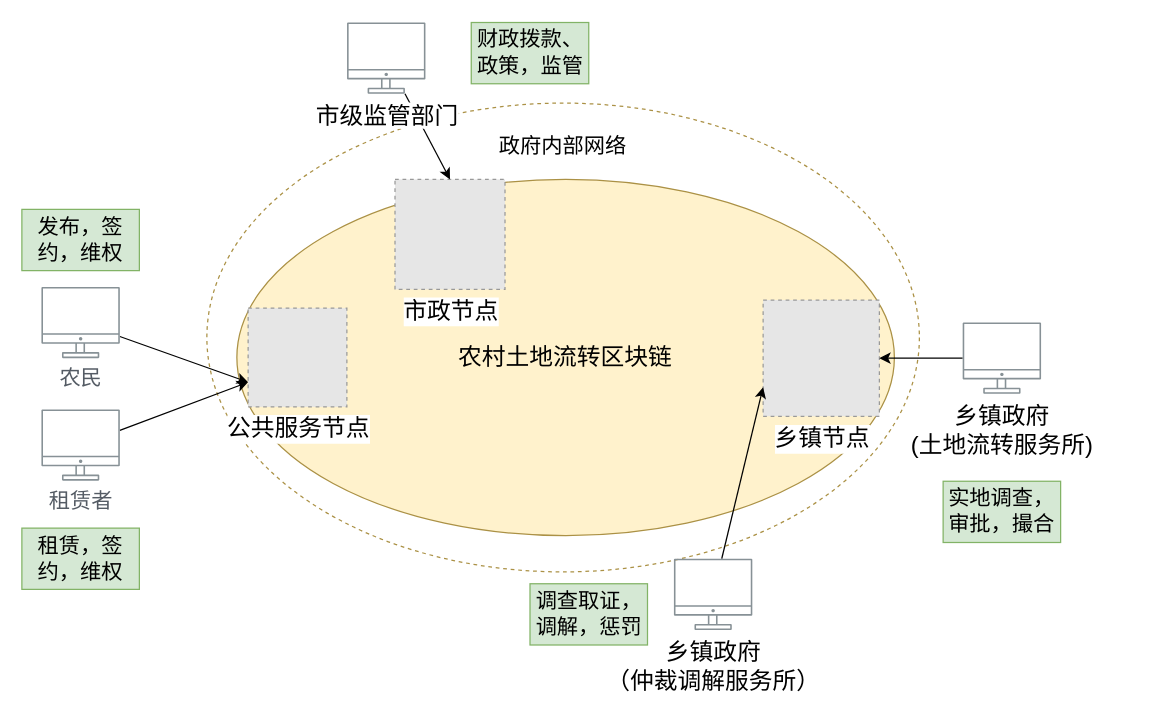
Before: repository/drawio/农村土地流转.drawio in dilide/collections, a draw.io diagram. Source tidied: cells renumbered, new cells numbered last; positions are measured from the earlier drawing's top-left corner, leaving out a move shared by most shapes. Both pictures are drawn from the tidied source at 125%, with x=0, y=0 at pixel (21, 21). Pictures stored in the file or linked from it are replaced by grey dashed boxes.
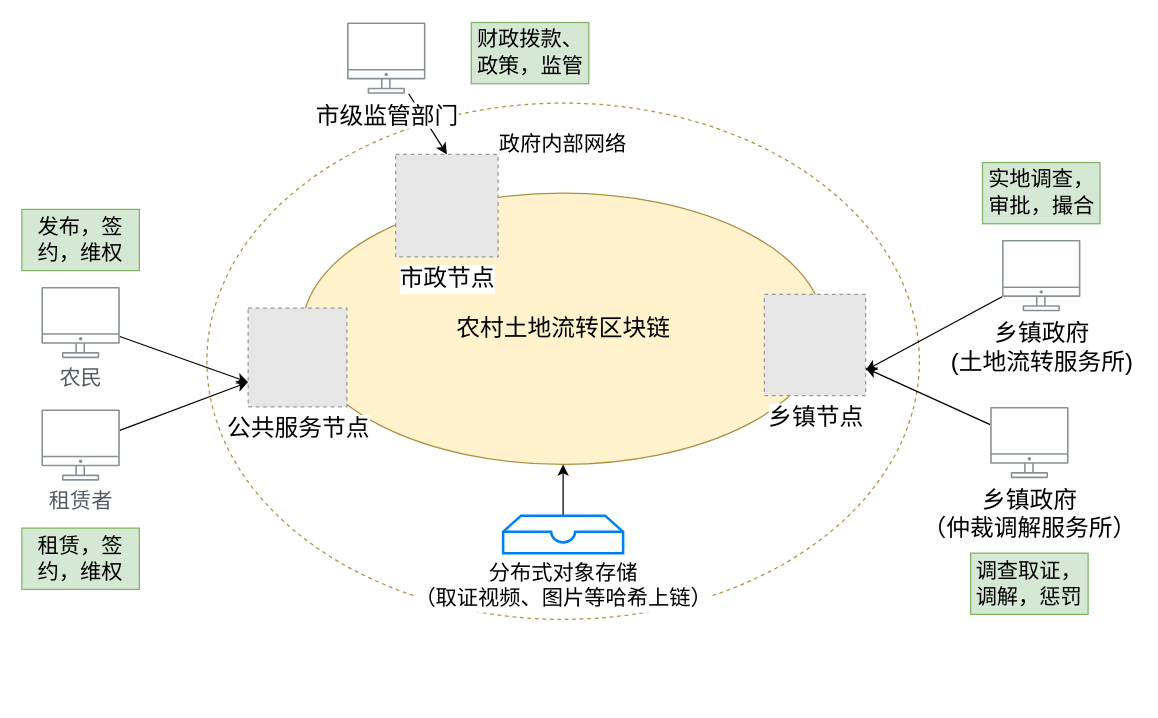
Above is the later version.

Commit message:
更新农村土地流转.drawio

Diff of the diagram source:
```diff
@@
-    <mxCell id="2" value="政府内部网络&lt;br&gt;&lt;br&gt;&lt;br&gt;&lt;br&gt;&lt;br&gt;&lt;br&gt;&lt;br&gt;&lt;br&gt;&lt;br&gt;&lt;br&gt;&lt;br&gt;&lt;br&gt;&lt;br&gt;&lt;br&gt;&lt;br&gt;&lt;br&gt;" style="ellipse;whiteSpace=wrap;html=1;strokeColor=#AB9145;fontSize=17;dashed=1;" parent="1" vertex="1">
-      <mxGeometry x="148" y="65" width="570" height="375" as="geometry" />
+    <mxCell id="2" value="政府内部网络&lt;br&gt;&lt;br&gt;&lt;br&gt;&lt;br&gt;&lt;br&gt;&lt;br&gt;&lt;br&gt;&lt;br&gt;&lt;br&gt;&lt;br&gt;&lt;br&gt;&lt;br&gt;&lt;br&gt;&lt;br&gt;&lt;br&gt;&lt;br&gt;&lt;br&gt;&lt;br&gt;" style="ellipse;whiteSpace=wrap;html=1;strokeColor=#AB9145;fontSize=17;dashed=1;" parent="1" vertex="1">
+      <mxGeometry x="148" y="65" width="570" height="413" as="geometry" />
     </mxCell>
     <mxCell id="3" value="农村土地流转区块链" style="ellipse;whiteSpace=wrap;html=1;fillColor=#fff2cc;strokeColor=#AB9145;fontSize=19;" parent="1" vertex="1">
-      <mxGeometry x="172" y="126" width="526" height="285" as="geometry" />
+      <mxGeometry x="224.5" y="137" width="417" height="217" as="geometry" />
     </mxCell>
@@
     <mxCell id="5" value="市政节点" style="fillColor=#E6E6E6;strokeColor=#999999;dashed=1;html=1;verticalAlign=top;verticalLabelPosition=bottom;labelBackgroundColor=#ffffff;fontSize=19;" parent="1" vertex="1">
-      <mxGeometry x="298.5" y="126" width="88" height="88" as="geometry" />
+      <mxGeometry x="299" y="106" width="82" height="82" as="geometry" />
     </mxCell>
     <mxCell id="6" value="乡镇节点" style="fillColor=#E6E6E6;strokeColor=#999999;dashed=1;html=1;verticalAlign=top;verticalLabelPosition=bottom;labelBackgroundColor=#ffffff;fontSize=19;" parent="1" vertex="1">
-      <mxGeometry x="593" y="222.5" width="93" height="93" as="geometry" />
+      <mxGeometry x="594" y="218" width="81" height="81" as="geometry" />
     </mxCell>
@@
     <mxCell id="13" value="实地调查，审批，撮合" style="text;html=1;strokeColor=#82b366;fillColor=#d5e8d4;align=center;verticalAlign=middle;whiteSpace=wrap;rounded=0;fontSize=17;" parent="1" vertex="1">
-      <mxGeometry x="737" y="367.5" width="94" height="49" as="geometry" />
+      <mxGeometry x="768.5" y="112.5" width="94" height="49" as="geometry" />
     </mxCell>
@@
     <mxCell id="15" value="调查取证，调解，惩罚" style="text;html=1;strokeColor=#82b366;fillColor=#d5e8d4;align=center;verticalAlign=middle;whiteSpace=wrap;rounded=0;fontSize=17;" parent="1" vertex="1">
-      <mxGeometry x="406.5" y="449.5" width="94" height="49" as="geometry" />
+      <mxGeometry x="759" y="425" width="94" height="49" as="geometry" />
     </mxCell>
-    <mxCell id="16" style="edgeStyle=none;rounded=0;jettySize=auto;html=1;fontSize=17;entryX=0;entryY=0.75;entryDx=0;entryDy=0;" parent="1" edge="1" source="17" target="6">
+    <mxCell id="16" style="edgeStyle=none;rounded=0;jettySize=auto;html=1;fontSize=17;" parent="1" edge="1" source="17" target="6">
       <mxGeometry relative="1" as="geometry" />
     </mxCell>
     <mxCell id="17" value="&lt;span style=&quot;color: rgb(0 , 0 , 0) ; font-size: 19px ; background-color: rgb(255 , 255 , 255)&quot;&gt;乡镇政府&lt;/span&gt;&lt;br style=&quot;color: rgb(0 , 0 , 0) ; font-size: 19px&quot;&gt;&lt;span style=&quot;color: rgb(0 , 0 , 0) ; font-size: 19px ; background-color: rgb(255 , 255 , 255)&quot;&gt;（仲裁调解服务所）&lt;/span&gt;" style="outlineConnect=0;gradientColor=none;fontColor=#545B64;strokeColor=none;fillColor=#879196;dashed=0;verticalLabelPosition=bottom;verticalAlign=top;align=center;html=1;fontSize=17;fontStyle=0;shape=mxgraph.aws4.illustration_desktop;" parent="1" vertex="1">
-      <mxGeometry x="521.5" y="429.5" width="63" height="57" as="geometry" />
+      <mxGeometry x="774.5" y="308" width="63" height="57" as="geometry" />
     </mxCell>
-    <mxCell id="18" style="edgeStyle=none;rounded=0;jettySize=auto;html=1;fontSize=17;" parent="1" edge="1" source="19" target="6">
+    <mxCell id="18" style="edgeStyle=none;rounded=0;jettySize=auto;html=1;fontSize=17;entryX=1;entryY=0.75;entryDx=0;entryDy=0;" parent="1" edge="1" source="19" target="6">
       <mxGeometry relative="1" as="geometry" />
     </mxCell>
     <mxCell id="19" value="&lt;span style=&quot;color: rgb(0 , 0 , 0) ; font-size: 19px ; background-color: rgb(255 , 255 , 255)&quot;&gt;乡镇政府&lt;/span&gt;&lt;br style=&quot;color: rgb(0 , 0 , 0) ; font-size: 19px&quot;&gt;&lt;span style=&quot;color: rgb(0 , 0 , 0) ; font-size: 19px ; background-color: rgb(255 , 255 , 255)&quot;&gt;(土地流转服务所&lt;/span&gt;&lt;span style=&quot;color: rgb(0 , 0 , 0) ; font-size: 19px ; background-color: rgb(255 , 255 , 255)&quot;&gt;)&lt;/span&gt;" style="outlineConnect=0;gradientColor=none;fontColor=#545B64;strokeColor=none;fillColor=#879196;dashed=0;verticalLabelPosition=bottom;verticalAlign=top;align=center;html=1;fontSize=17;fontStyle=0;shape=mxgraph.aws4.illustration_desktop;" parent="1" vertex="1">
-      <mxGeometry x="752.5" y="240.5" width="63" height="57" as="geometry" />
+      <mxGeometry x="784" y="174.5" width="63" height="57" as="geometry" />
     </mxCell>
@@
+    <mxCell id="22" style="edgeStyle=none;rounded=0;jettySize=auto;html=1;fontSize=17;" parent="1" edge="1" source="23" target="3">
+      <mxGeometry relative="1" as="geometry" />
+    </mxCell>
+    <mxCell id="23" value="分布式对象存储&lt;br&gt;（取证视频、图片等哈希上链）" style="html=1;verticalLabelPosition=bottom;align=center;labelBackgroundColor=#ffffff;verticalAlign=top;strokeWidth=2;strokeColor=#0080F0;fillColor=#ffffff;shadow=0;dashed=0;shape=mxgraph.ios7.icons.storage;fontSize=17;" parent="1" vertex="1">
+      <mxGeometry x="385" y="395" width="96" height="30" as="geometry" />
+    </mxCell>
```
